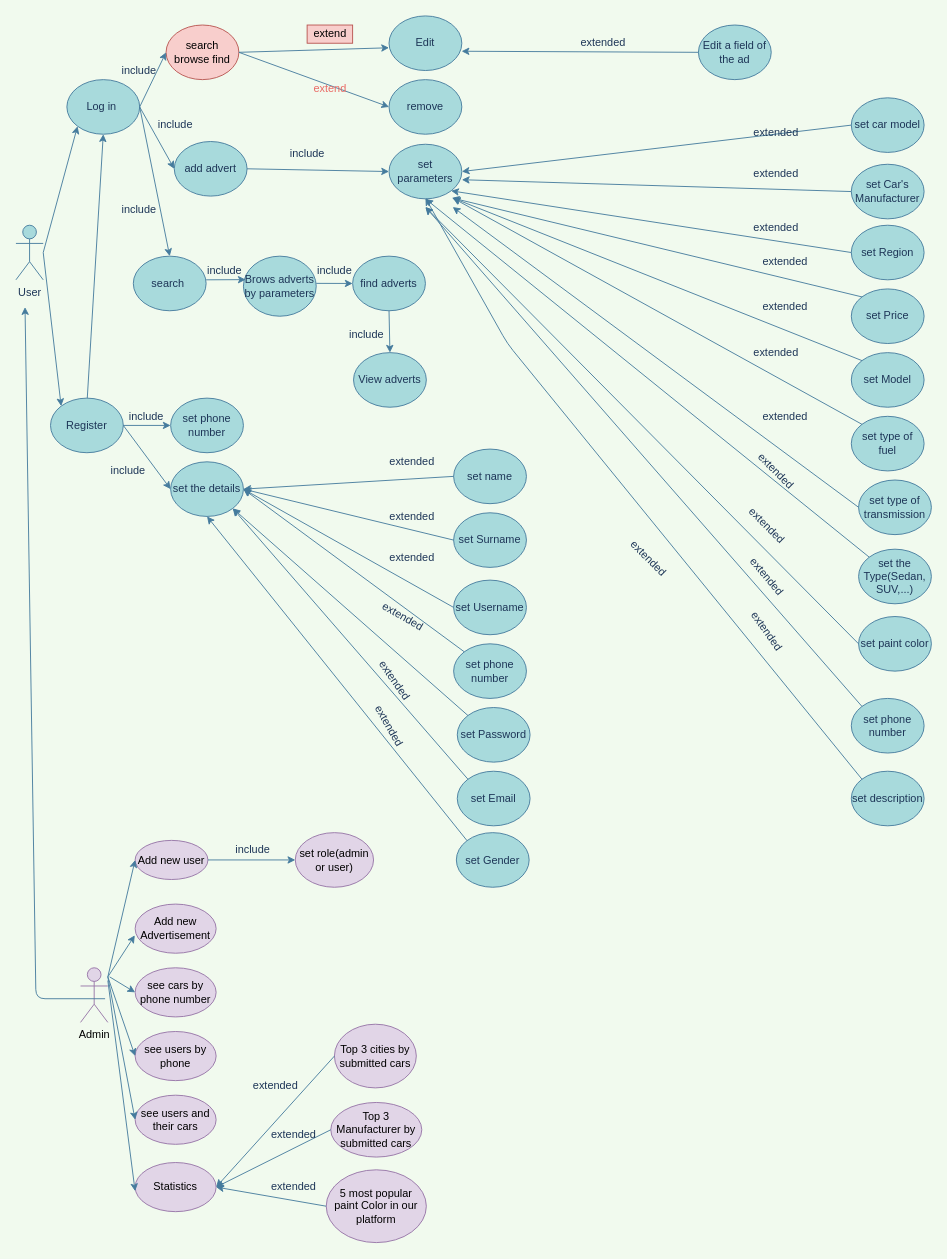
The draw.io diagram Untitled Diagram.drawio in kamran-mehravar/Large-scale-and-Multi-structured-Databases-Project, before the edit. Source tidied: cells renumbered, new cells numbered last; positions are measured from the earlier drawing's top-left corner, leaving out a move shared by most shapes. Both pictures are drawn from the tidied source at 91%, with x=0, y=0 at pixel (15, 15).
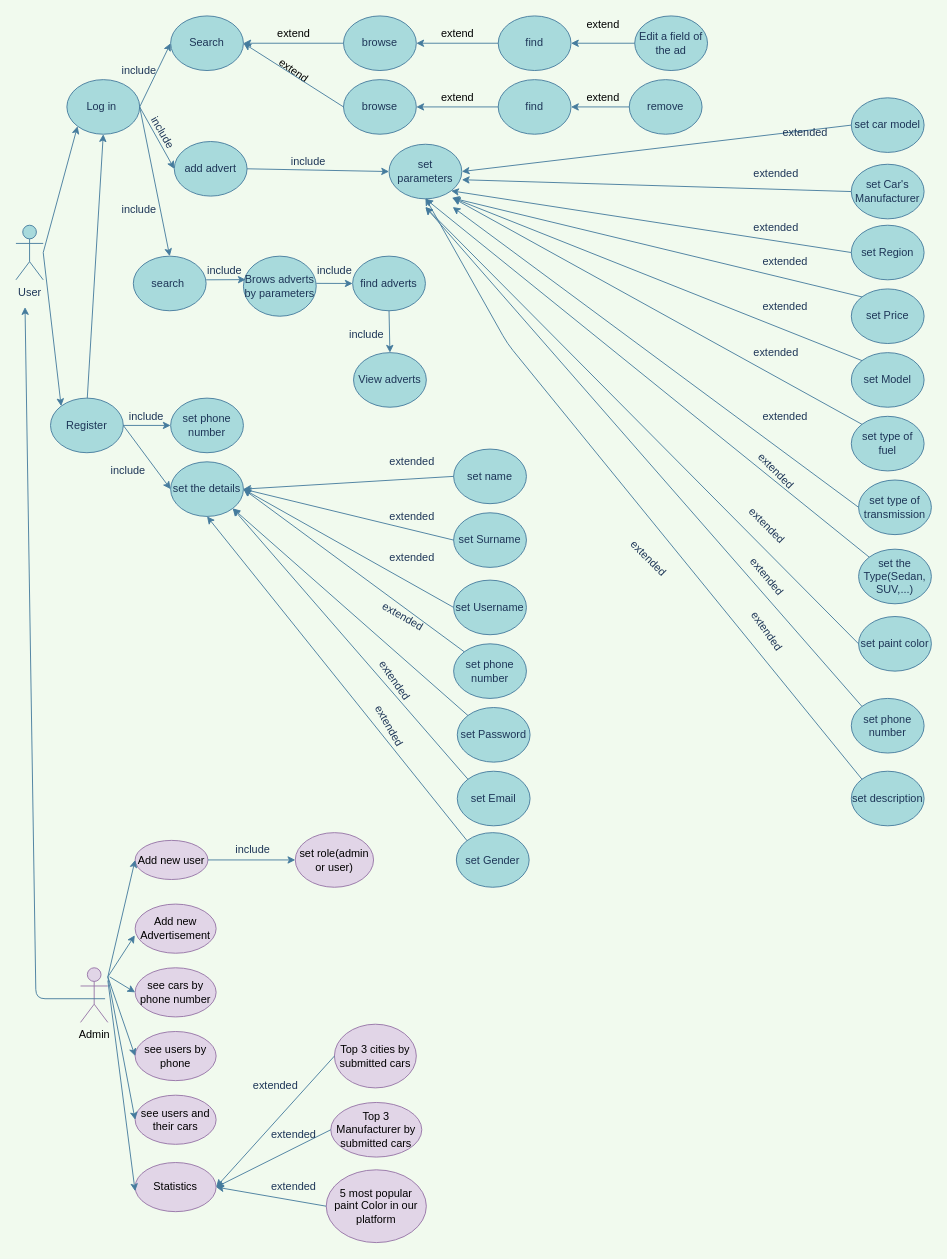
Above is the later version.

The change refers to these unchanged cells:
```xml
<mxCell id="11" value="Log in&amp;nbsp;" style="ellipse;whiteSpace=wrap;html=1;fillColor=#A8DADC;strokeColor=#457B9D;fontColor=#1D3557;" parent="1" vertex="1">
  <mxGeometry x="56" y="70" width="80" height="60" as="geometry" />
</mxCell>
```

Change to the diagram source:
```diff
@@
-    <mxCell id="9" value="search browse find" style="ellipse;whiteSpace=wrap;html=1;fillColor=#f8cecc;strokeColor=#b85450;" parent="1" vertex="1">
-      <mxGeometry x="165" y="10" width="80" height="60" as="geometry" />
-    </mxCell>
@@
-    <mxCell id="15" style="endArrow=classic;html=1;entryX=0;entryY=0.5;entryDx=0;entryDy=0;exitX=1;exitY=0.5;exitDx=0;exitDy=0;labelBackgroundColor=#F1FAEE;strokeColor=#457B9D;fontColor=#1D3557;" parent="1" edge="1" source="11" target="9">
+    <mxCell id="15" style="endArrow=classic;html=1;entryX=0;entryY=0.5;entryDx=0;entryDy=0;exitX=1;exitY=0.5;exitDx=0;exitDy=0;labelBackgroundColor=#F1FAEE;strokeColor=#457B9D;fontColor=#1D3557;" parent="1" edge="1" source="11" target="126">
       <mxGeometry relative="1" as="geometry" />
     </mxCell>
@@
-    <mxCell id="19" value="include" style="text;html=1;align=center;verticalAlign=middle;strokeColor=none;rotation=0;fontColor=#1D3557;" parent="1" vertex="1">
-      <mxGeometry x="150" y="110" width="50" height="20" as="geometry" />
-    </mxCell>
@@
-    <mxCell id="23" value="Edit" style="ellipse;whiteSpace=wrap;html=1;fillColor=#A8DADC;strokeColor=#457B9D;fontColor=#1D3557;" parent="1" vertex="1">
-      <mxGeometry x="410" width="80" height="60" as="geometry" />
+    <mxCell id="23" value="Edit a field of the ad" style="ellipse;whiteSpace=wrap;html=1;fillColor=#A8DADC;strokeColor=#457B9D;fontColor=#1D3557;" parent="1" vertex="1">
+      <mxGeometry x="680" width="80" height="60" as="geometry" />
     </mxCell>
-    <mxCell id="24" value="remove" style="ellipse;whiteSpace=wrap;html=1;fillColor=#A8DADC;strokeColor=#457B9D;fontColor=#1D3557;" parent="1" vertex="1">
-      <mxGeometry x="410" y="70" width="80" height="60" as="geometry" />
-    </mxCell>
-    <mxCell id="25" style="endArrow=classic;html=1;entryX=0;entryY=0.5;entryDx=0;entryDy=0;exitX=1;exitY=0.5;exitDx=0;exitDy=0;labelBackgroundColor=#F1FAEE;strokeColor=#457B9D;fontColor=#1D3557;" parent="1" edge="1" source="9">
-      <mxGeometry relative="1" as="geometry">
-        <mxPoint x="410" y="35" as="targetPoint" />
-      </mxGeometry>
+    <mxCell id="25" style="endArrow=classic;html=1;exitX=0;exitY=0.5;exitDx=0;exitDy=0;labelBackgroundColor=#F1FAEE;strokeColor=#457B9D;fontColor=#1D3557;entryX=1;entryY=0.5;entryDx=0;entryDy=0;" parent="1" edge="1" source="23" target="124">
+      <mxGeometry relative="1" as="geometry" />
     </mxCell>
-    <mxCell id="26" style="endArrow=classic;html=1;entryX=0;entryY=0.5;entryDx=0;entryDy=0;exitX=1;exitY=0.5;exitDx=0;exitDy=0;labelBackgroundColor=#F1FAEE;strokeColor=#457B9D;fontColor=#1D3557;" parent="1" edge="1" source="9">
-      <mxGeometry relative="1" as="geometry">
-        <mxPoint x="410" y="100" as="targetPoint" />
-      </mxGeometry>
-    </mxCell>
-    <mxCell id="27" value="extend" style="text;html=1;align=center;verticalAlign=middle;strokeColor=#b85450;rotation=0;fillColor=#f8cecc;" parent="1" vertex="1">
-      <mxGeometry x="320" y="10" width="50" height="20" as="geometry" />
+    <mxCell id="27" value="extend" style="text;html=1;align=center;verticalAlign=middle;rotation=0;" parent="1" vertex="1">
+      <mxGeometry x="620" width="50" height="20" as="geometry" />
     </mxCell>
-    <mxCell id="28" value="&lt;font color=&quot;#ea6b66&quot;&gt;extend&lt;/font&gt;" style="text;html=1;align=center;verticalAlign=middle;strokeColor=none;rotation=0;fontColor=#1D3557;" parent="1" vertex="1">
-      <mxGeometry x="320" y="70" width="50" height="20" as="geometry" />
-    </mxCell>
-    <mxCell id="29" value="Edit a field of the ad" style="ellipse;whiteSpace=wrap;html=1;fillColor=#A8DADC;strokeColor=#457B9D;fontColor=#1D3557;" parent="1" vertex="1">
-      <mxGeometry x="750" y="10" width="80" height="60" as="geometry" />
-    </mxCell>
-    <mxCell id="30" style="endArrow=classic;html=1;exitX=0;exitY=0.5;exitDx=0;exitDy=0;labelBackgroundColor=#F1FAEE;strokeColor=#457B9D;fontColor=#1D3557;entryX=0.997;entryY=0.647;entryDx=0;entryDy=0;entryPerimeter=0;" parent="1" edge="1" source="29" target="23">
-      <mxGeometry relative="1" as="geometry" />
-    </mxCell>
-    <mxCell id="31" value="extended" style="text;html=1;align=center;verticalAlign=middle;strokeColor=none;rotation=0;fontColor=#1D3557;" parent="1" vertex="1">
-      <mxGeometry x="610" y="20" width="70" height="20" as="geometry" />
-    </mxCell>
@@
     <mxCell id="56" value="extended" style="text;html=1;align=center;verticalAlign=middle;strokeColor=none;rotation=0;fontColor=#1D3557;" parent="1" vertex="1">
-      <mxGeometry x="800" y="118" width="70" height="20" as="geometry" />
+      <mxGeometry x="832" y="118" width="70" height="20" as="geometry" />
     </mxCell>
@@
     <mxCell id="69" value="include" style="text;html=1;align=center;verticalAlign=middle;strokeColor=none;rotation=0;fontColor=#1D3557;" parent="1" vertex="1">
-      <mxGeometry x="295" y="141" width="50" height="20" as="geometry" />
+      <mxGeometry x="296" y="150" width="50" height="20" as="geometry" />
     </mxCell>
@@
+    <mxCell id="124" value="find" style="ellipse;whiteSpace=wrap;html=1;fillColor=#A8DADC;strokeColor=#457B9D;fontColor=#1D3557;" parent="1" vertex="1">
+      <mxGeometry x="530" width="80" height="60" as="geometry" />
+    </mxCell>
+    <mxCell id="125" value="browse" style="ellipse;whiteSpace=wrap;html=1;fillColor=#A8DADC;strokeColor=#457B9D;fontColor=#1D3557;" parent="1" vertex="1">
+      <mxGeometry x="360" width="80" height="60" as="geometry" />
+    </mxCell>
+    <mxCell id="126" value="Search" style="ellipse;whiteSpace=wrap;html=1;fillColor=#A8DADC;strokeColor=#457B9D;fontColor=#1D3557;" parent="1" vertex="1">
+      <mxGeometry x="170" width="80" height="60" as="geometry" />
+    </mxCell>
+    <mxCell id="127" style="endArrow=classic;html=1;entryX=1;entryY=0.5;entryDx=0;entryDy=0;labelBackgroundColor=#F1FAEE;strokeColor=#457B9D;fontColor=#1D3557;exitX=0;exitY=0.5;exitDx=0;exitDy=0;" parent="1" edge="1" source="125" target="126">
+      <mxGeometry relative="1" as="geometry" />
+    </mxCell>
+    <mxCell id="128" style="endArrow=classic;html=1;exitX=0;exitY=0.5;exitDx=0;exitDy=0;labelBackgroundColor=#F1FAEE;strokeColor=#457B9D;fontColor=#1D3557;entryX=1;entryY=0.5;entryDx=0;entryDy=0;" parent="1" edge="1" source="124" target="125">
+      <mxGeometry relative="1" as="geometry" />
+    </mxCell>
+    <mxCell id="129" value="extend" style="text;html=1;align=center;verticalAlign=middle;rotation=0;" parent="1" vertex="1">
+      <mxGeometry x="460" y="10" width="50" height="20" as="geometry" />
+    </mxCell>
+    <mxCell id="130" value="extend" style="text;html=1;align=center;verticalAlign=middle;rotation=0;" parent="1" vertex="1">
+      <mxGeometry x="280" y="10" width="50" height="20" as="geometry" />
+    </mxCell>
+    <mxCell id="131" value="extend" style="text;html=1;align=center;verticalAlign=middle;rotation=35;" parent="1" vertex="1">
+      <mxGeometry x="280" y="50" width="50" height="20" as="geometry" />
+    </mxCell>
+    <mxCell id="19" value="include" style="text;html=1;align=center;verticalAlign=middle;strokeColor=none;rotation=60;fontColor=#1D3557;" parent="1" vertex="1">
+      <mxGeometry x="136" y="118" width="50" height="20" as="geometry" />
+    </mxCell>
+    <mxCell id="24" value="remove" style="ellipse;whiteSpace=wrap;html=1;fillColor=#A8DADC;strokeColor=#457B9D;fontColor=#1D3557;" parent="1" vertex="1">
+      <mxGeometry x="674" y="70" width="80" height="60" as="geometry" />
+    </mxCell>
+    <mxCell id="132" style="endArrow=classic;html=1;exitX=0;exitY=0.5;exitDx=0;exitDy=0;labelBackgroundColor=#F1FAEE;strokeColor=#457B9D;fontColor=#1D3557;entryX=1;entryY=0.5;entryDx=0;entryDy=0;" parent="1" edge="1" source="24" target="133">
+      <mxGeometry relative="1" as="geometry" />
+    </mxCell>
+    <mxCell id="133" value="find" style="ellipse;whiteSpace=wrap;html=1;fillColor=#A8DADC;strokeColor=#457B9D;fontColor=#1D3557;" parent="1" vertex="1">
+      <mxGeometry x="530" y="70" width="80" height="60" as="geometry" />
+    </mxCell>
+    <mxCell id="134" style="endArrow=classic;html=1;exitX=0;exitY=0.5;exitDx=0;exitDy=0;labelBackgroundColor=#F1FAEE;strokeColor=#457B9D;fontColor=#1D3557;entryX=1;entryY=0.5;entryDx=0;entryDy=0;" parent="1" edge="1" source="133" target="135">
+      <mxGeometry relative="1" as="geometry" />
+    </mxCell>
+    <mxCell id="135" value="browse" style="ellipse;whiteSpace=wrap;html=1;fillColor=#A8DADC;strokeColor=#457B9D;fontColor=#1D3557;" parent="1" vertex="1">
+      <mxGeometry x="360" y="70" width="80" height="60" as="geometry" />
+    </mxCell>
+    <mxCell id="136" style="endArrow=classic;html=1;exitX=0;exitY=0.5;exitDx=0;exitDy=0;labelBackgroundColor=#F1FAEE;strokeColor=#457B9D;fontColor=#1D3557;entryX=1;entryY=0.5;entryDx=0;entryDy=0;" parent="1" edge="1" source="135" target="126">
+      <mxGeometry relative="1" as="geometry" />
+    </mxCell>
+    <mxCell id="137" value="extend" style="text;html=1;align=center;verticalAlign=middle;rotation=0;" parent="1" vertex="1">
+      <mxGeometry x="460" y="80" width="50" height="20" as="geometry" />
+    </mxCell>
+    <mxCell id="138" value="extend" style="text;html=1;align=center;verticalAlign=middle;rotation=0;" parent="1" vertex="1">
+      <mxGeometry x="620" y="80" width="50" height="20" as="geometry" />
+    </mxCell>
```
